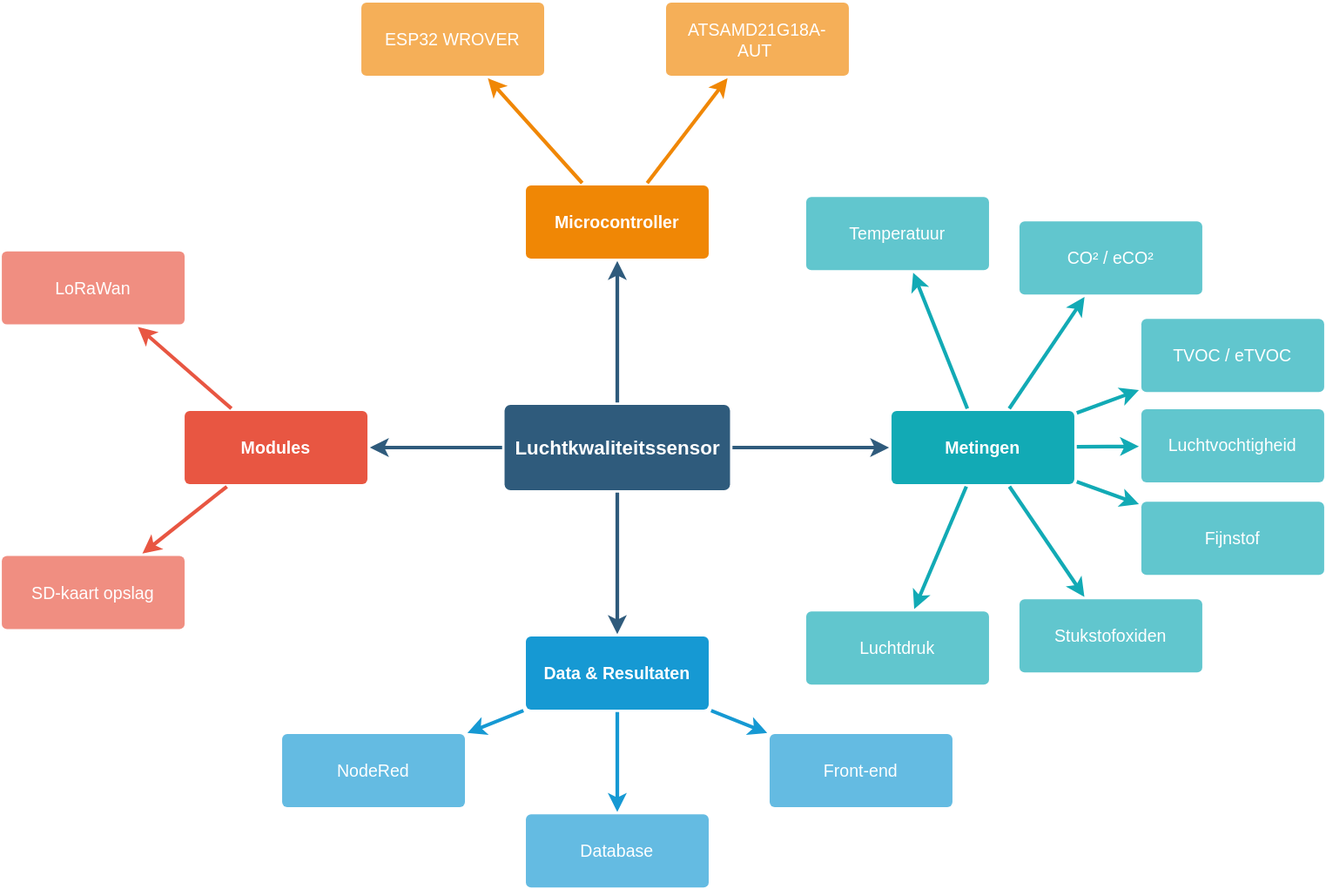
Above: assets/Mindmap.drawio.svg in 747oli/Luchtkwaliteitssensor_analyse (draw.io), before the change. Source tidied: cells renumbered, new cells last; positions are measured from the earlier drawing's top-left corner, leaving out a move shared by most shapes. The source it was exported from:
```xml
<mxGraphModel>
  <root>
    <mxCell id="0" />
    <mxCell id="1" parent="0" />
    <mxCell id="2" style="edgeStyle=none;rounded=0;jumpStyle=none;html=1;shadow=0;labelBackgroundColor=none;startArrow=none;startFill=0;endArrow=classic;endFill=1;jettySize=auto;strokeColor=#2F5B7C;strokeWidth=3;fontFamily=Helvetica;fontSize=16;fontColor=#23445D;spacing=5;" parent="1" edge="1" source="6" target="19">
      <mxGeometry relative="1" as="geometry" />
    </mxCell>
    <mxCell id="3" style="edgeStyle=none;rounded=0;jumpStyle=none;html=1;shadow=0;labelBackgroundColor=none;startArrow=none;startFill=0;endArrow=classic;endFill=1;jettySize=auto;strokeColor=#2F5B7C;strokeWidth=3;fontFamily=Helvetica;fontSize=16;fontColor=#23445D;spacing=5;" parent="1" edge="1" source="6" target="24">
      <mxGeometry relative="1" as="geometry" />
    </mxCell>
    <mxCell id="4" style="edgeStyle=none;rounded=0;jumpStyle=none;html=1;shadow=0;labelBackgroundColor=none;startArrow=none;startFill=0;endArrow=classic;endFill=1;jettySize=auto;strokeColor=#2F5B7C;strokeWidth=3;fontFamily=Helvetica;fontSize=16;fontColor=#23445D;spacing=5;" parent="1" edge="1" source="6" target="15">
      <mxGeometry relative="1" as="geometry" />
    </mxCell>
    <mxCell id="5" style="edgeStyle=none;rounded=0;jumpStyle=none;html=1;shadow=0;labelBackgroundColor=none;startArrow=none;startFill=0;endArrow=classic;endFill=1;jettySize=auto;strokeColor=#2F5B7C;strokeWidth=3;fontFamily=Helvetica;fontSize=16;fontColor=#23445D;spacing=5;" parent="1" edge="1" source="6" target="9">
      <mxGeometry relative="1" as="geometry" />
    </mxCell>
    <mxCell id="6" value="Luchtkwaliteitssensor" style="rounded=1;whiteSpace=wrap;html=1;shadow=0;labelBackgroundColor=none;strokeColor=none;strokeWidth=3;fillColor=#2F5B7C;fontFamily=Helvetica;fontSize=16;fontColor=#FFFFFF;align=center;fontStyle=1;spacing=5;arcSize=7;perimeterSpacing=2;" parent="1" vertex="1">
      <mxGeometry x="412.5" y="330.5" width="185" height="70" as="geometry" />
    </mxCell>
    <mxCell id="7" style="edgeStyle=none;rounded=1;jumpStyle=none;html=1;shadow=0;labelBackgroundColor=none;startArrow=none;startFill=0;jettySize=auto;strokeColor=#E85642;strokeWidth=3;fontFamily=Helvetica;fontSize=14;fontColor=#FFFFFF;spacing=5;fontStyle=1;fillColor=#b0e3e6;" parent="1" edge="1" source="9" target="11">
      <mxGeometry relative="1" as="geometry" />
    </mxCell>
    <mxCell id="8" style="edgeStyle=none;rounded=1;jumpStyle=none;html=1;shadow=0;labelBackgroundColor=none;startArrow=none;startFill=0;jettySize=auto;strokeColor=#E85642;strokeWidth=3;fontFamily=Helvetica;fontSize=14;fontColor=#FFFFFF;spacing=5;fontStyle=1;fillColor=#b0e3e6;" parent="1" edge="1" source="9" target="10">
      <mxGeometry relative="1" as="geometry" />
    </mxCell>
    <mxCell id="9" value="Modules" style="rounded=1;whiteSpace=wrap;html=1;shadow=0;labelBackgroundColor=none;strokeColor=none;strokeWidth=3;fillColor=#e85642;fontFamily=Helvetica;fontSize=14;fontColor=#FFFFFF;align=center;spacing=5;fontStyle=1;arcSize=7;perimeterSpacing=2;" parent="1" vertex="1">
      <mxGeometry x="150" y="335.5" width="150" height="60" as="geometry" />
    </mxCell>
    <mxCell id="10" value="SD-kaart opslag" style="rounded=1;whiteSpace=wrap;html=1;shadow=0;labelBackgroundColor=none;strokeColor=none;strokeWidth=3;fillColor=#f08e81;fontFamily=Helvetica;fontSize=14;fontColor=#FFFFFF;align=center;spacing=5;fontStyle=0;arcSize=7;perimeterSpacing=2;" parent="1" vertex="1">
      <mxGeometry y="454.5" width="150" height="60" as="geometry" />
    </mxCell>
    <mxCell id="11" value="LoRaWan" style="rounded=1;whiteSpace=wrap;html=1;shadow=0;labelBackgroundColor=none;strokeColor=none;strokeWidth=3;fillColor=#f08e81;fontFamily=Helvetica;fontSize=14;fontColor=#FFFFFF;align=center;spacing=5;fontStyle=0;arcSize=7;perimeterSpacing=2;" parent="1" vertex="1">
      <mxGeometry y="204.5" width="150" height="60" as="geometry" />
    </mxCell>
    <mxCell id="12" style="edgeStyle=none;rounded=0;jumpStyle=none;html=1;shadow=0;labelBackgroundColor=none;startArrow=none;startFill=0;endArrow=classic;endFill=1;jettySize=auto;strokeColor=#1699D3;strokeWidth=3;fontFamily=Helvetica;fontSize=14;fontColor=#FFFFFF;spacing=5;" parent="1" edge="1" source="15" target="18">
      <mxGeometry relative="1" as="geometry" />
    </mxCell>
    <mxCell id="13" style="edgeStyle=none;rounded=0;jumpStyle=none;html=1;shadow=0;labelBackgroundColor=none;startArrow=none;startFill=0;endArrow=classic;endFill=1;jettySize=auto;strokeColor=#1699D3;strokeWidth=3;fontFamily=Helvetica;fontSize=14;fontColor=#FFFFFF;spacing=5;" parent="1" edge="1" source="15" target="17">
      <mxGeometry relative="1" as="geometry" />
    </mxCell>
    <mxCell id="14" style="edgeStyle=none;rounded=0;jumpStyle=none;html=1;shadow=0;labelBackgroundColor=none;startArrow=none;startFill=0;endArrow=classic;endFill=1;jettySize=auto;strokeColor=#1699D3;strokeWidth=3;fontFamily=Helvetica;fontSize=14;fontColor=#FFFFFF;spacing=5;" parent="1" edge="1" source="15" target="16">
      <mxGeometry relative="1" as="geometry" />
    </mxCell>
    <mxCell id="15" value="Data &amp;amp; Resultaten" style="rounded=1;whiteSpace=wrap;html=1;shadow=0;labelBackgroundColor=none;strokeColor=none;strokeWidth=3;fillColor=#1699d3;fontFamily=Helvetica;fontSize=14;fontColor=#FFFFFF;align=center;spacing=5;fontStyle=1;arcSize=7;perimeterSpacing=2;" parent="1" vertex="1">
      <mxGeometry x="430" y="520.5" width="150" height="60" as="geometry" />
    </mxCell>
    <mxCell id="16" value="Front-end" style="rounded=1;whiteSpace=wrap;html=1;shadow=0;labelBackgroundColor=none;strokeColor=none;strokeWidth=3;fillColor=#64bbe2;fontFamily=Helvetica;fontSize=14;fontColor=#FFFFFF;align=center;spacing=5;arcSize=7;perimeterSpacing=2;" parent="1" vertex="1">
      <mxGeometry x="630" y="600.5" width="150" height="60" as="geometry" />
    </mxCell>
    <mxCell id="17" value="Database" style="rounded=1;whiteSpace=wrap;html=1;shadow=0;labelBackgroundColor=none;strokeColor=none;strokeWidth=3;fillColor=#64bbe2;fontFamily=Helvetica;fontSize=14;fontColor=#FFFFFF;align=center;spacing=5;arcSize=7;perimeterSpacing=2;" parent="1" vertex="1">
      <mxGeometry x="430" y="666.5" width="150" height="60" as="geometry" />
    </mxCell>
    <mxCell id="18" value="NodeRed" style="rounded=1;whiteSpace=wrap;html=1;shadow=0;labelBackgroundColor=none;strokeColor=none;strokeWidth=3;fillColor=#64bbe2;fontFamily=Helvetica;fontSize=14;fontColor=#FFFFFF;align=center;spacing=5;arcSize=7;perimeterSpacing=2;" parent="1" vertex="1">
      <mxGeometry x="230" y="600.5" width="150" height="60" as="geometry" />
    </mxCell>
    <mxCell id="19" value="Microcontroller" style="rounded=1;whiteSpace=wrap;html=1;shadow=0;labelBackgroundColor=none;strokeColor=none;strokeWidth=3;fillColor=#F08705;fontFamily=Helvetica;fontSize=14;fontColor=#FFFFFF;align=center;spacing=5;fontStyle=1;arcSize=7;perimeterSpacing=2;" parent="1" vertex="1">
      <mxGeometry x="430" y="150.5" width="150" height="60" as="geometry" />
    </mxCell>
    <mxCell id="20" value="ATSAMD21G18A-AUT&amp;nbsp;" style="rounded=1;whiteSpace=wrap;html=1;shadow=0;labelBackgroundColor=none;strokeColor=none;strokeWidth=3;fillColor=#f5af58;fontFamily=Helvetica;fontSize=14;fontColor=#FFFFFF;align=center;spacing=5;arcSize=7;perimeterSpacing=2;" parent="1" vertex="1">
      <mxGeometry x="545" y="0.5" width="150" height="60" as="geometry" />
    </mxCell>
    <mxCell id="21" style="edgeStyle=none;rounded=0;jumpStyle=none;html=1;shadow=0;labelBackgroundColor=none;startArrow=none;startFill=0;endArrow=classic;endFill=1;jettySize=auto;strokeColor=#F08705;strokeWidth=3;fontFamily=Helvetica;fontSize=14;fontColor=#FFFFFF;spacing=5;" parent="1" edge="1" source="19" target="20">
      <mxGeometry relative="1" as="geometry" />
    </mxCell>
    <mxCell id="22" value="ESP32 WROVER" style="rounded=1;whiteSpace=wrap;html=1;shadow=0;labelBackgroundColor=none;strokeColor=none;strokeWidth=3;fillColor=#f5af58;fontFamily=Helvetica;fontSize=14;fontColor=#FFFFFF;align=center;spacing=5;arcSize=7;perimeterSpacing=2;" parent="1" vertex="1">
      <mxGeometry x="295" y="0.5" width="150" height="60" as="geometry" />
    </mxCell>
    <mxCell id="23" style="edgeStyle=none;rounded=0;jumpStyle=none;html=1;shadow=0;labelBackgroundColor=none;startArrow=none;startFill=0;endArrow=classic;endFill=1;jettySize=auto;strokeColor=#F08705;strokeWidth=3;fontFamily=Helvetica;fontSize=14;fontColor=#FFFFFF;spacing=5;" parent="1" edge="1" source="19" target="22">
      <mxGeometry relative="1" as="geometry" />
    </mxCell>
    <mxCell id="24" value="Metingen" style="rounded=1;whiteSpace=wrap;html=1;shadow=0;labelBackgroundColor=none;strokeColor=none;strokeWidth=3;fillColor=#12aab5;fontFamily=Helvetica;fontSize=14;fontColor=#FFFFFF;align=center;spacing=5;fontStyle=1;arcSize=7;perimeterSpacing=2;" parent="1" vertex="1">
      <mxGeometry x="730" y="335.5" width="150" height="60" as="geometry" />
    </mxCell>
    <mxCell id="25" value="Fijnstof" style="rounded=1;whiteSpace=wrap;html=1;shadow=0;labelBackgroundColor=none;strokeColor=none;strokeWidth=3;fillColor=#61c6ce;fontFamily=Helvetica;fontSize=14;fontColor=#FFFFFF;align=center;spacing=5;fontStyle=0;arcSize=7;perimeterSpacing=2;" parent="1" vertex="1">
      <mxGeometry x="935" y="410" width="150" height="60" as="geometry" />
    </mxCell>
    <mxCell id="26" style="edgeStyle=none;rounded=1;jumpStyle=none;html=1;shadow=0;labelBackgroundColor=none;startArrow=none;startFill=0;jettySize=auto;strokeColor=#12AAB5;strokeWidth=3;fontFamily=Helvetica;fontSize=14;fontColor=#FFFFFF;spacing=5;fontStyle=1;fillColor=#b0e3e6;" parent="1" edge="1" source="24" target="25">
      <mxGeometry relative="1" as="geometry" />
    </mxCell>
    <mxCell id="27" value="TVOC / eTVOC" style="rounded=1;whiteSpace=wrap;html=1;shadow=0;labelBackgroundColor=none;strokeColor=none;strokeWidth=3;fillColor=#61c6ce;fontFamily=Helvetica;fontSize=14;fontColor=#FFFFFF;align=center;spacing=5;fontStyle=0;arcSize=7;perimeterSpacing=2;" parent="1" vertex="1">
      <mxGeometry x="935" y="260" width="150" height="60" as="geometry" />
    </mxCell>
    <mxCell id="28" style="edgeStyle=none;rounded=1;jumpStyle=none;html=1;shadow=0;labelBackgroundColor=none;startArrow=none;startFill=0;jettySize=auto;strokeColor=#12AAB5;strokeWidth=3;fontFamily=Helvetica;fontSize=14;fontColor=#FFFFFF;spacing=5;fontStyle=1;fillColor=#b0e3e6;" parent="1" edge="1" source="24" target="27">
      <mxGeometry relative="1" as="geometry" />
    </mxCell>
    <mxCell id="29" value="CO² / eCO²" style="rounded=1;whiteSpace=wrap;html=1;shadow=0;labelBackgroundColor=none;strokeColor=none;strokeWidth=3;fillColor=#61c6ce;fontFamily=Helvetica;fontSize=14;fontColor=#FFFFFF;align=center;spacing=5;fontStyle=0;arcSize=7;perimeterSpacing=2;" parent="1" vertex="1">
      <mxGeometry x="835" y="180" width="150" height="60" as="geometry" />
    </mxCell>
    <mxCell id="30" style="edgeStyle=none;rounded=1;jumpStyle=none;html=1;shadow=0;labelBackgroundColor=none;startArrow=none;startFill=0;jettySize=auto;strokeColor=#12AAB5;strokeWidth=3;fontFamily=Helvetica;fontSize=14;fontColor=#FFFFFF;spacing=5;fontStyle=1;fillColor=#b0e3e6;" parent="1" edge="1" source="24" target="29">
      <mxGeometry relative="1" as="geometry" />
    </mxCell>
    <mxCell id="31" value="Temperatuur" style="rounded=1;whiteSpace=wrap;html=1;shadow=0;labelBackgroundColor=none;strokeColor=none;strokeWidth=3;fillColor=#61c6ce;fontFamily=Helvetica;fontSize=14;fontColor=#FFFFFF;align=center;spacing=5;fontStyle=0;arcSize=7;perimeterSpacing=2;" parent="1" vertex="1">
      <mxGeometry x="660" y="160" width="150" height="60" as="geometry" />
    </mxCell>
    <mxCell id="32" style="edgeStyle=none;rounded=1;jumpStyle=none;html=1;shadow=0;labelBackgroundColor=none;startArrow=none;startFill=0;jettySize=auto;strokeColor=#12AAB5;strokeWidth=3;fontFamily=Helvetica;fontSize=14;fontColor=#FFFFFF;spacing=5;fontStyle=1;fillColor=#b0e3e6;" parent="1" edge="1" source="24" target="31">
      <mxGeometry relative="1" as="geometry" />
    </mxCell>
    <mxCell id="33" value="Stukstofoxiden" style="rounded=1;whiteSpace=wrap;html=1;shadow=0;labelBackgroundColor=none;strokeColor=none;strokeWidth=3;fillColor=#61c6ce;fontFamily=Helvetica;fontSize=14;fontColor=#FFFFFF;align=center;spacing=5;fontStyle=0;arcSize=7;perimeterSpacing=2;" parent="1" vertex="1">
      <mxGeometry x="835" y="490" width="150" height="60" as="geometry" />
    </mxCell>
    <mxCell id="34" style="edgeStyle=none;rounded=1;jumpStyle=none;html=1;shadow=0;labelBackgroundColor=none;startArrow=none;startFill=0;jettySize=auto;strokeColor=#12AAB5;strokeWidth=3;fontFamily=Helvetica;fontSize=14;fontColor=#FFFFFF;spacing=5;fontStyle=1;fillColor=#b0e3e6;" parent="1" edge="1" source="24" target="33">
      <mxGeometry relative="1" as="geometry" />
    </mxCell>
    <mxCell id="35" value="Luchtdruk" style="rounded=1;whiteSpace=wrap;html=1;shadow=0;labelBackgroundColor=none;strokeColor=none;strokeWidth=3;fillColor=#61c6ce;fontFamily=Helvetica;fontSize=14;fontColor=#FFFFFF;align=center;spacing=5;fontStyle=0;arcSize=7;perimeterSpacing=2;" parent="1" vertex="1">
      <mxGeometry x="660" y="500" width="150" height="60" as="geometry" />
    </mxCell>
    <mxCell id="36" style="edgeStyle=none;rounded=1;jumpStyle=none;html=1;shadow=0;labelBackgroundColor=none;startArrow=none;startFill=0;jettySize=auto;strokeColor=#12AAB5;strokeWidth=3;fontFamily=Helvetica;fontSize=14;fontColor=#FFFFFF;spacing=5;fontStyle=1;fillColor=#b0e3e6;" parent="1" edge="1" source="24" target="35">
      <mxGeometry relative="1" as="geometry" />
    </mxCell>
    <mxCell id="37" value="Luchtvochtigheid" style="rounded=1;whiteSpace=wrap;html=1;shadow=0;labelBackgroundColor=none;strokeColor=none;strokeWidth=3;fillColor=#61c6ce;fontFamily=Helvetica;fontSize=14;fontColor=#FFFFFF;align=center;spacing=5;fontStyle=0;arcSize=7;perimeterSpacing=2;" parent="1" vertex="1">
      <mxGeometry x="935" y="334" width="150" height="60" as="geometry" />
    </mxCell>
    <mxCell id="38" style="edgeStyle=none;rounded=1;jumpStyle=none;html=1;shadow=0;labelBackgroundColor=none;startArrow=none;startFill=0;jettySize=auto;strokeColor=#12AAB5;strokeWidth=3;fontFamily=Helvetica;fontSize=14;fontColor=#FFFFFF;spacing=5;fontStyle=1;fillColor=#b0e3e6;" parent="1" edge="1" source="24" target="37">
      <mxGeometry relative="1" as="geometry" />
    </mxCell>
  </root>
</mxGraphModel>
```
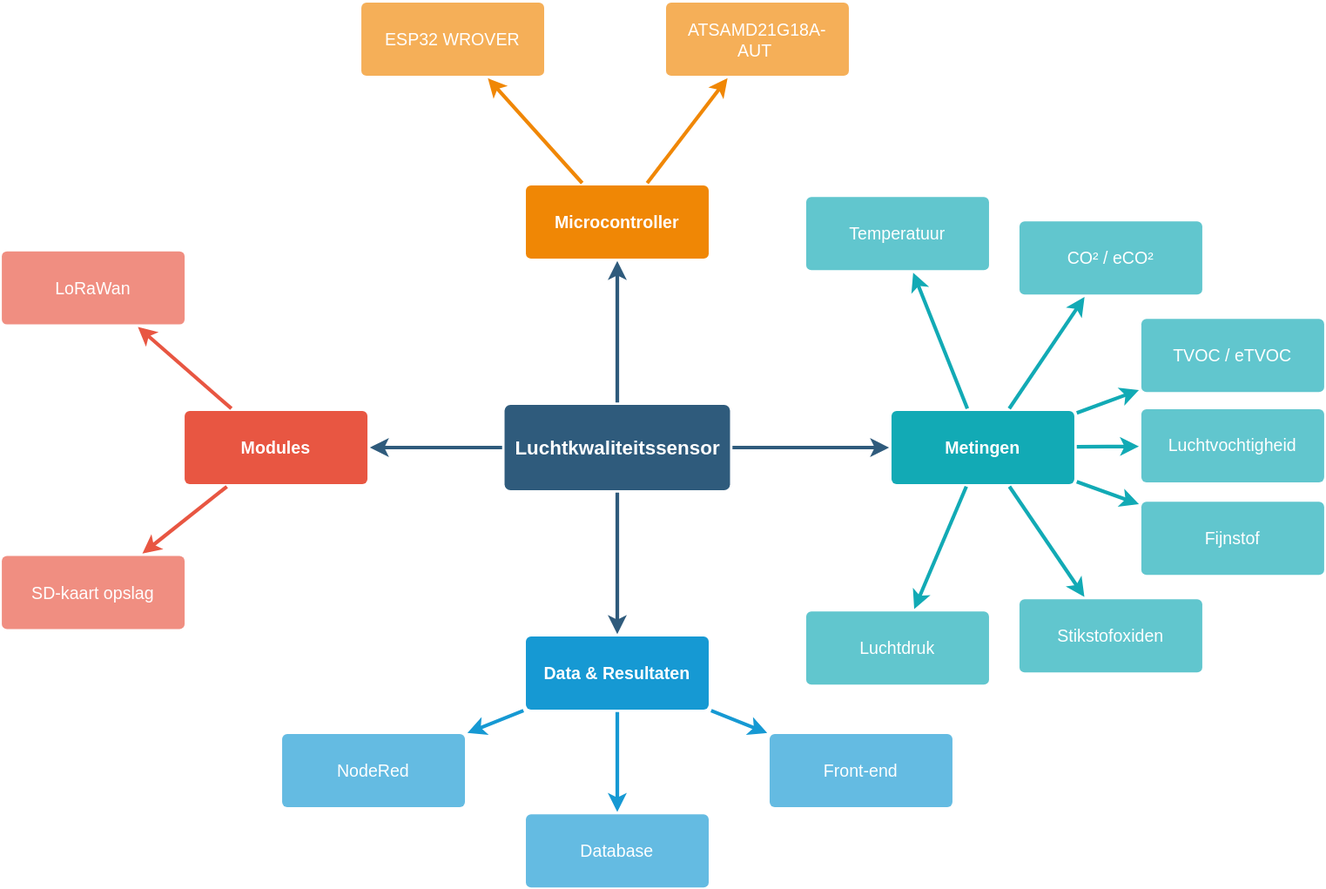
After the commit.

Commit message:
Fix typo Mindmap

The edit, as a diff of the source:
```diff
@@ -95,7 +95,7 @@
     <mxCell id="32" style="edgeStyle=none;rounded=1;jumpStyle=none;html=1;shadow=0;labelBackgroundColor=none;startArrow=none;startFill=0;jettySize=auto;strokeColor=#12AAB5;strokeWidth=3;fontFamily=Helvetica;fontSize=14;fontColor=#FFFFFF;spacing=5;fontStyle=1;fillColor=#b0e3e6;" parent="1" edge="1" source="24" target="31">
       <mxGeometry relative="1" as="geometry" />
     </mxCell>
-    <mxCell id="33" value="Stukstofoxiden" style="rounded=1;whiteSpace=wrap;html=1;shadow=0;labelBackgroundColor=none;strokeColor=none;strokeWidth=3;fillColor=#61c6ce;fontFamily=Helvetica;fontSize=14;fontColor=#FFFFFF;align=center;spacing=5;fontStyle=0;arcSize=7;perimeterSpacing=2;" parent="1" vertex="1">
+    <mxCell id="33" value="Stikstofoxiden" style="rounded=1;whiteSpace=wrap;html=1;shadow=0;labelBackgroundColor=none;strokeColor=none;strokeWidth=3;fillColor=#61c6ce;fontFamily=Helvetica;fontSize=14;fontColor=#FFFFFF;align=center;spacing=5;fontStyle=0;arcSize=7;perimeterSpacing=2;" parent="1" vertex="1">
       <mxGeometry x="835" y="490" width="150" height="60" as="geometry" />
     </mxCell>
     <mxCell id="34" style="edgeStyle=none;rounded=1;jumpStyle=none;html=1;shadow=0;labelBackgroundColor=none;startArrow=none;startFill=0;jettySize=auto;strokeColor=#12AAB5;strokeWidth=3;fontFamily=Helvetica;fontSize=14;fontColor=#FFFFFF;spacing=5;fontStyle=1;fillColor=#b0e3e6;" parent="1" edge="1" source="24" target="33">
```
